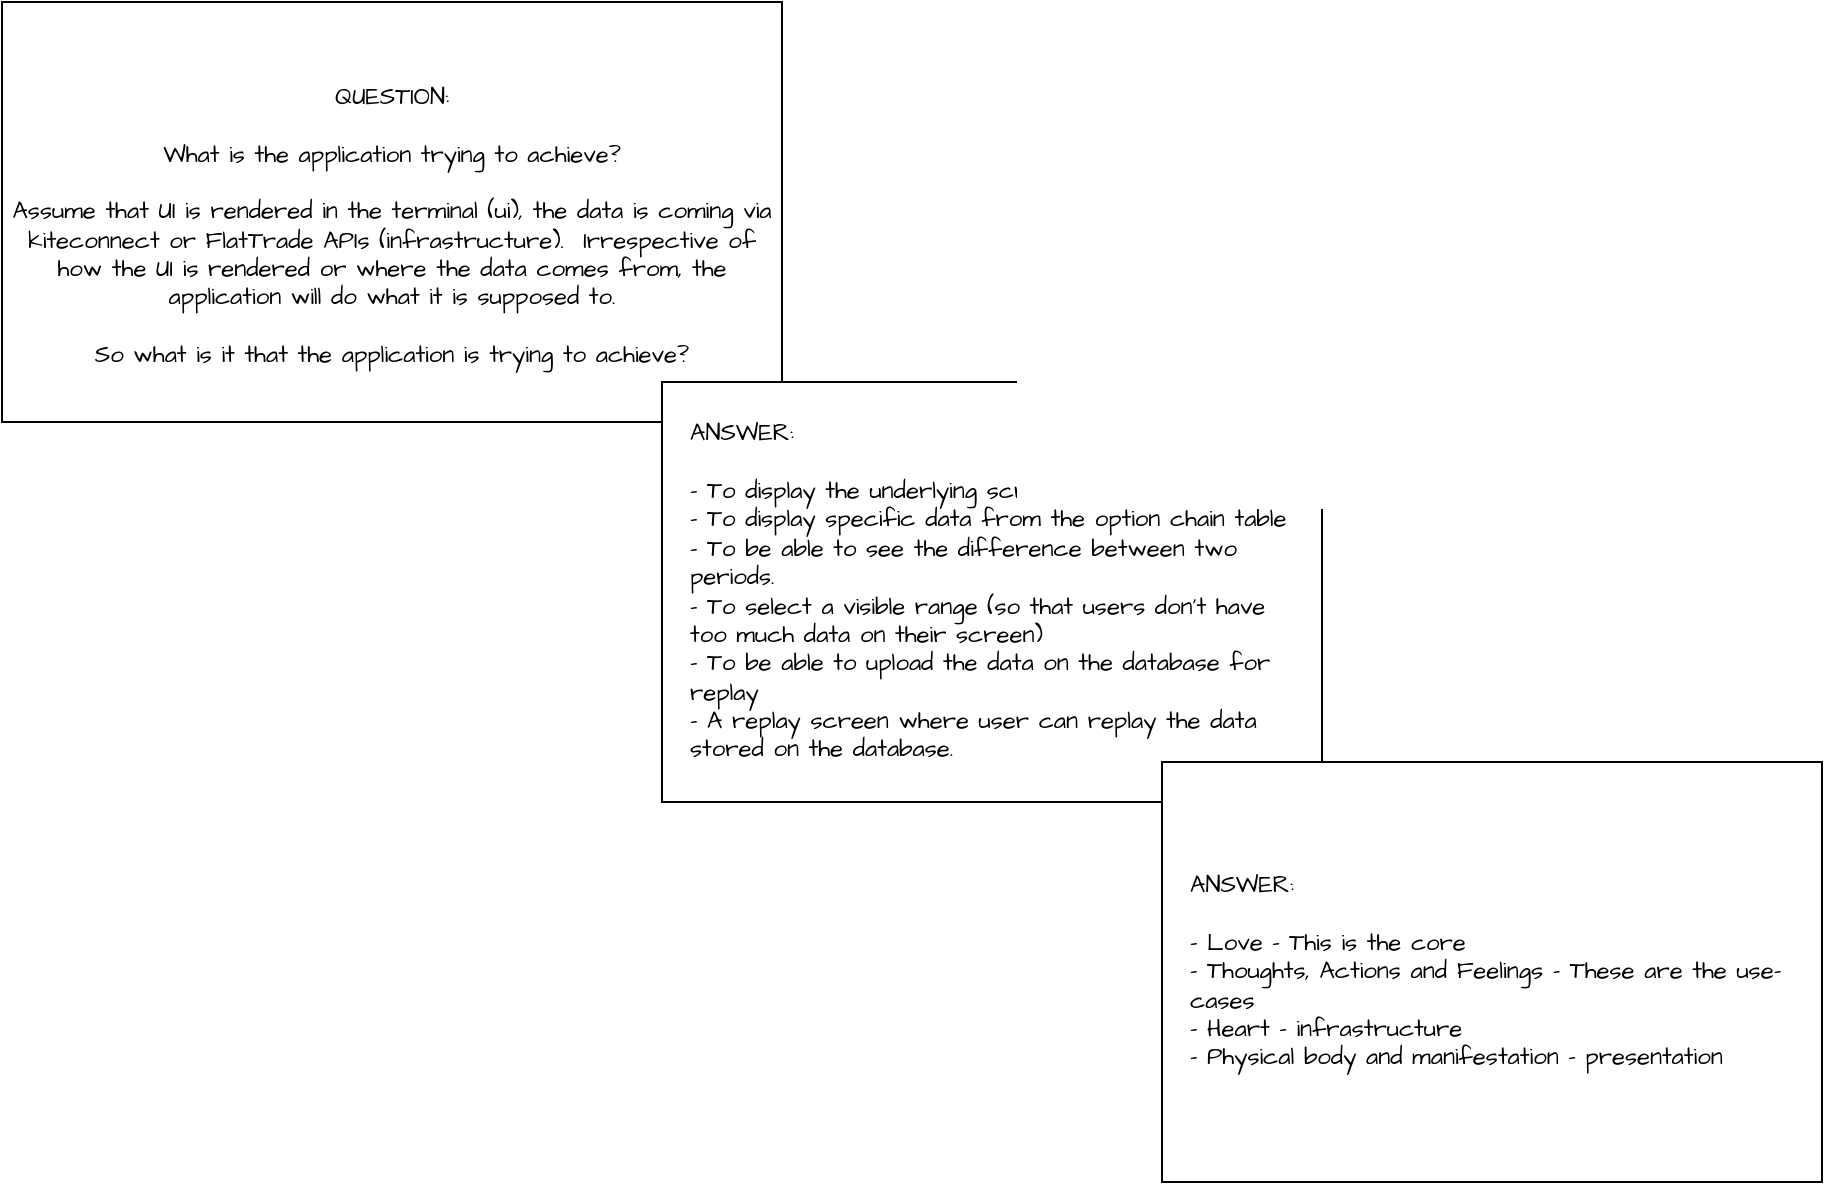
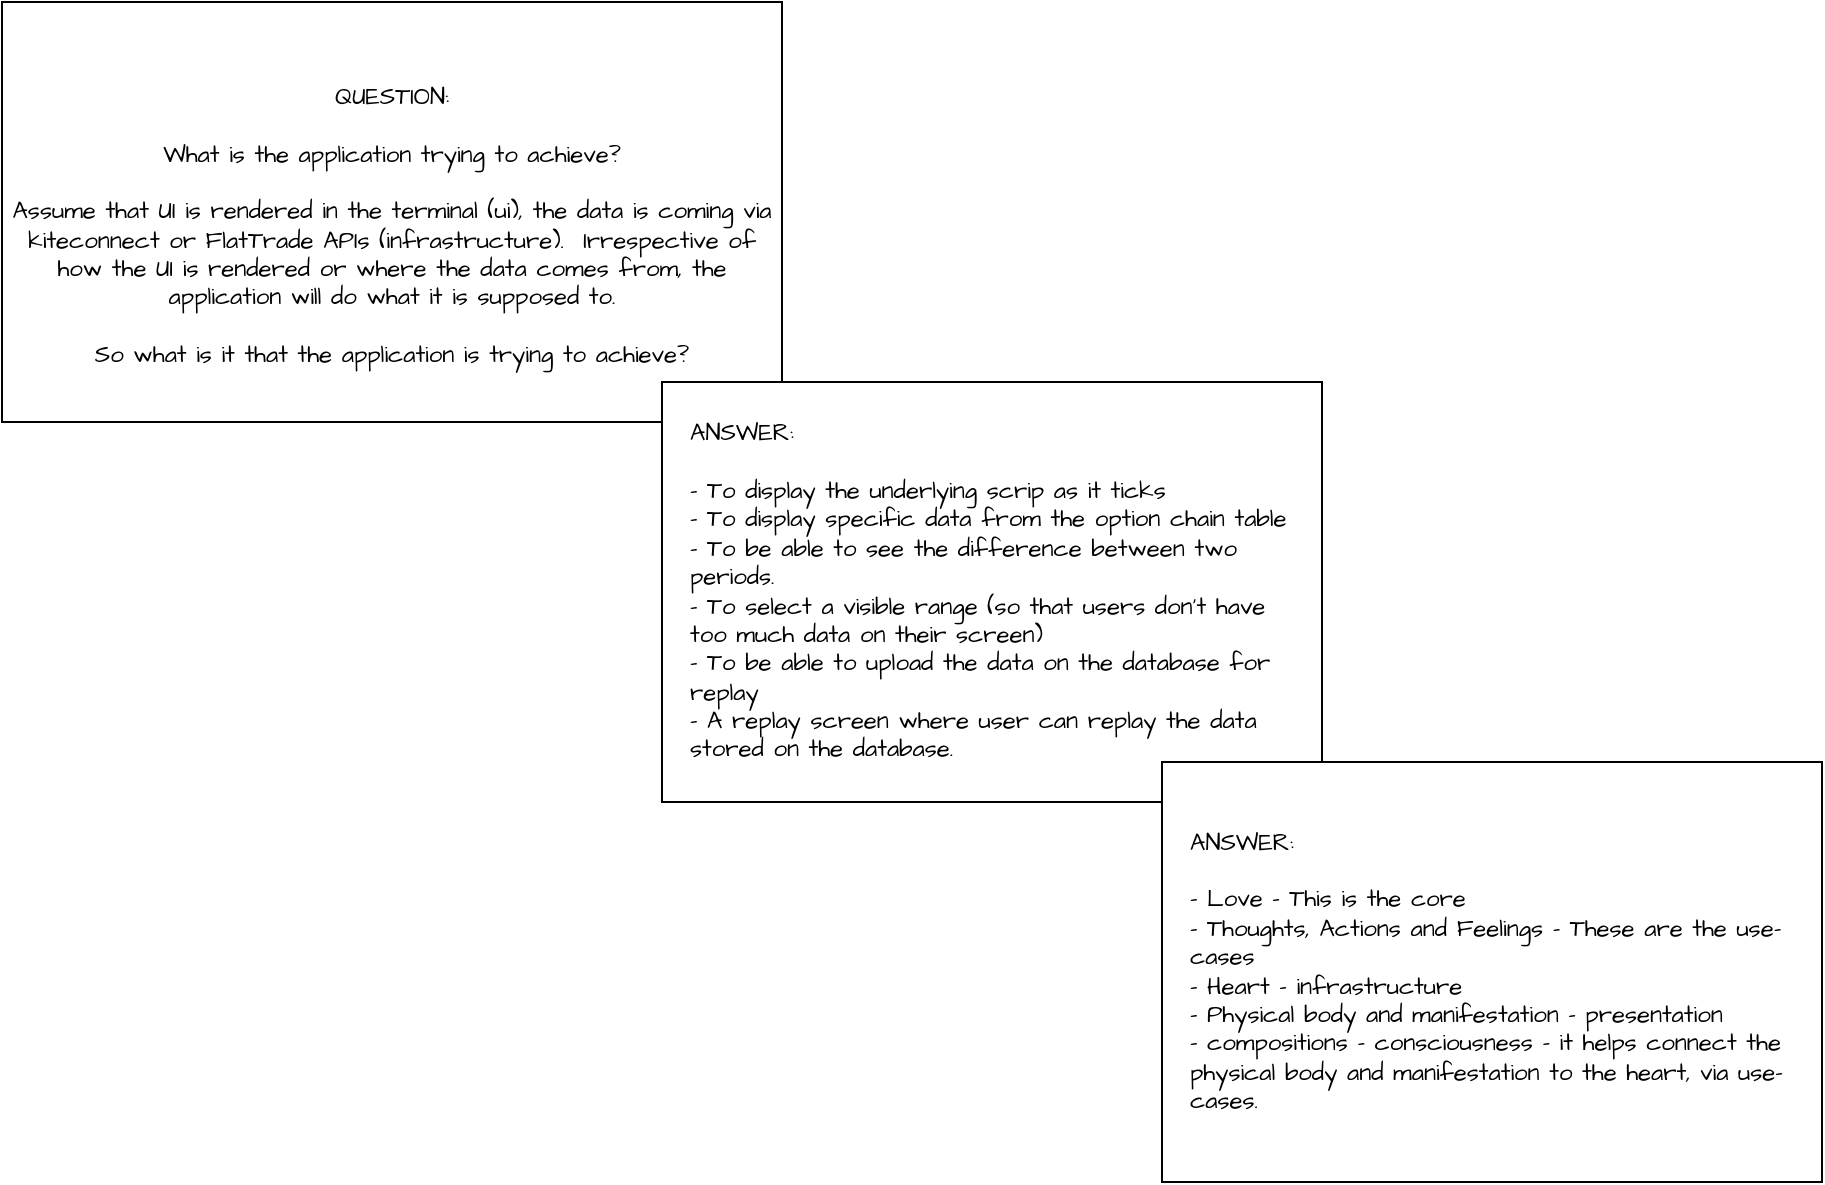
<mxfile host="app.diagrams.net">
  <diagram name="Page-1" id="DUEtG0Wcje9HvlHXMRfN">
    <mxGraphModel dx="1198" dy="443" grid="1" gridSize="10" guides="1" tooltips="1" connect="1" arrows="1" fold="1" page="0" pageScale="1" pageWidth="402" pageHeight="874" math="0" shadow="0">
      <root>
        <mxCell id="0" />
        <mxCell id="1" parent="0" />
        <mxCell id="XK4CYRICbNCdkGbWFszJ-6" parent="1" style="whiteSpace=wrap;html=1;hachureGap=4;fontFamily=Architects Daughter;fontSource=https%3A%2F%2Ffonts.googleapis.com%2Fcss%3Ffamily%3DArchitects%2BDaughter;fillColor=light-dark(#FFFFFF,#1A1A1A);" value="&lt;div&gt;&lt;br&gt;&lt;/div&gt;&lt;div&gt;QUESTION:&lt;br&gt;&lt;br&gt;&lt;/div&gt;&lt;div&gt;What is the application trying to achieve?&lt;br&gt;&lt;br&gt;&lt;/div&gt;Assume that UI is rendered in the terminal (ui), the data is coming via kiteconnect or FlatTrade APIs (infrastructure).&amp;nbsp; Irrespective of how the UI is rendered or where the data comes from, the application will do what it is supposed to.&lt;br&gt;&lt;br&gt;So what is it that the application is trying to achieve?" vertex="1">
          <mxGeometry height="210" width="390" x="-80" as="geometry" />
        </mxCell>
        <mxCell id="XK4CYRICbNCdkGbWFszJ-7" parent="1" style="whiteSpace=wrap;html=1;hachureGap=4;fontFamily=Architects Daughter;fontSource=https%3A%2F%2Ffonts.googleapis.com%2Fcss%3Ffamily%3DArchitects%2BDaughter;fillColor=light-dark(#FFFFFF,#333333);align=left;spacing=14;" value="&lt;div&gt;ANSWER:&lt;br&gt;&lt;br&gt;&lt;/div&gt;- To display the underlying scrip as it ticks&lt;br&gt;- To display specific data from the option chain table&lt;br&gt;- To be able to see the difference between two periods.&lt;br&gt;- To select a visible range (so that users don&#39;t have too much data on their screen)&lt;br&gt;- To be able to upload the data on the database for replay&lt;br&gt;- A replay screen where user can replay the data stored on the database." vertex="1">
          <mxGeometry height="210" width="330" x="250" y="190" as="geometry" />
        </mxCell>
-         <mxCell id="5J4kaEMYKeDm40zFRqjC-1" parent="1" style="whiteSpace=wrap;html=1;hachureGap=4;fontFamily=Architects Daughter;fontSource=https://fonts.googleapis.com/css?family=Architects+Daughter;fillColor=light-dark(#FFFFFF,#333333);align=left;spacing=14;" value="&lt;div&gt;ANSWER:&lt;br&gt;&lt;br&gt;&lt;/div&gt;&lt;div&gt;- Love - This is the core&lt;/div&gt;&lt;div&gt;- Thoughts, Actions and Feelings - These are the use-cases&lt;/div&gt;&lt;div&gt;- Heart - infrastructure&lt;/div&gt;&lt;div&gt;- Physical body and manifestation - presentation&lt;/div&gt;" vertex="1">
+         <mxCell id="5J4kaEMYKeDm40zFRqjC-1" parent="1" style="whiteSpace=wrap;html=1;hachureGap=4;fontFamily=Architects Daughter;fontSource=https://fonts.googleapis.com/css?family=Architects+Daughter;fillColor=light-dark(#FFFFFF,#333333);align=left;spacing=14;" value="&lt;div&gt;ANSWER:&lt;br&gt;&lt;br&gt;&lt;/div&gt;&lt;div&gt;- Love - This is the core&lt;/div&gt;&lt;div&gt;- Thoughts, Actions and Feelings - These are the use-cases&lt;/div&gt;&lt;div&gt;- Heart - infrastructure&lt;/div&gt;&lt;div&gt;- Physical body and manifestation - presentation&lt;/div&gt;&lt;div&gt;- compositions - consciousness - it helps connect the physical body and manifestation to the heart, via use-cases.&lt;/div&gt;" vertex="1">
          <mxGeometry height="210" width="330" x="500" y="380" as="geometry" />
        </mxCell>
      </root>
    </mxGraphModel>
  </diagram>
</mxfile>
